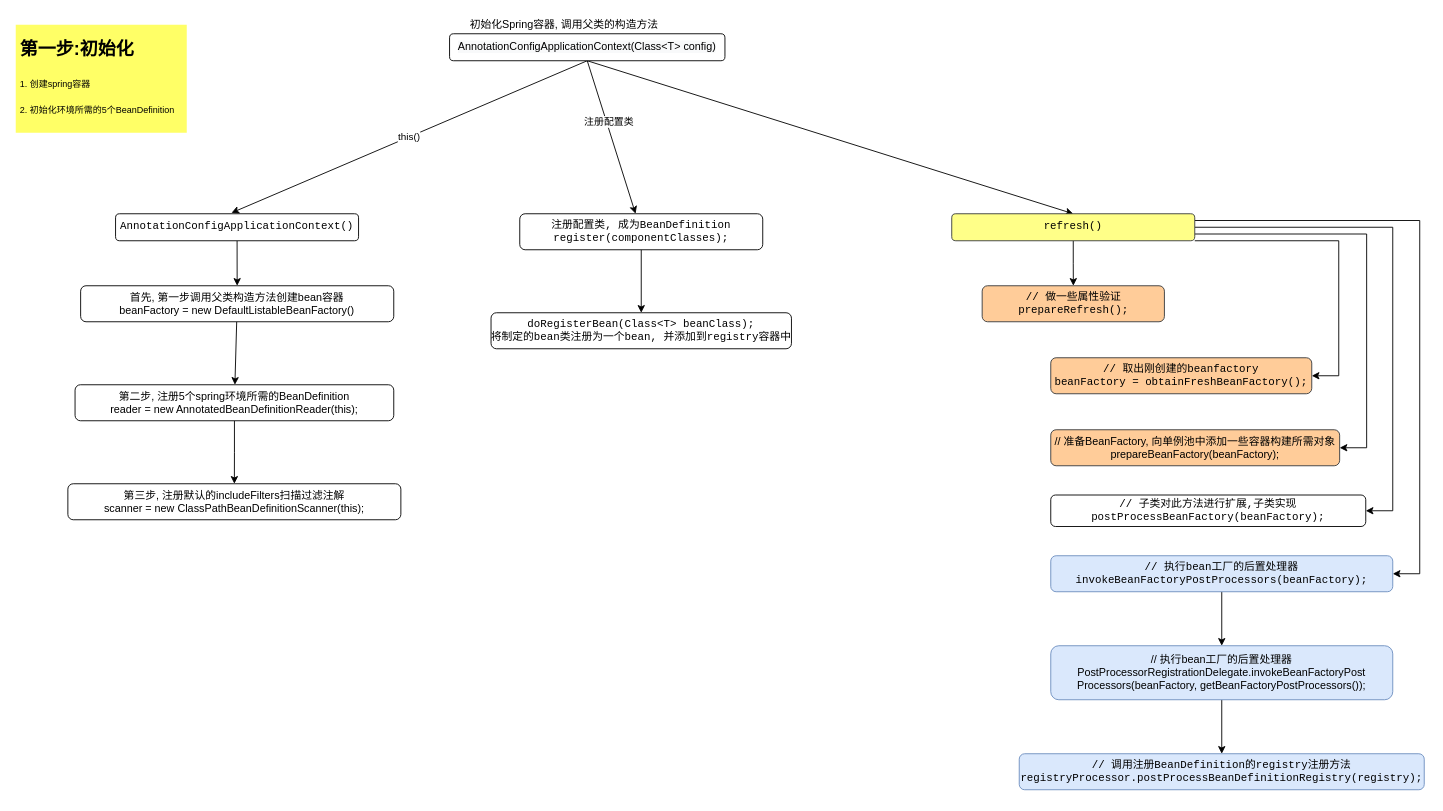
This is runninpanda/framework/spring/Spring.drawio from naccoit/drawio, a draw.io file, before an edit. Source tidied: cells renumbered, new cells numbered last; positions are measured from the earlier drawing's top-left corner, leaving out a move shared by most shapes. Both pictures are drawn from the tidied source at 90%, with x=0, y=0 at pixel (15, 15).
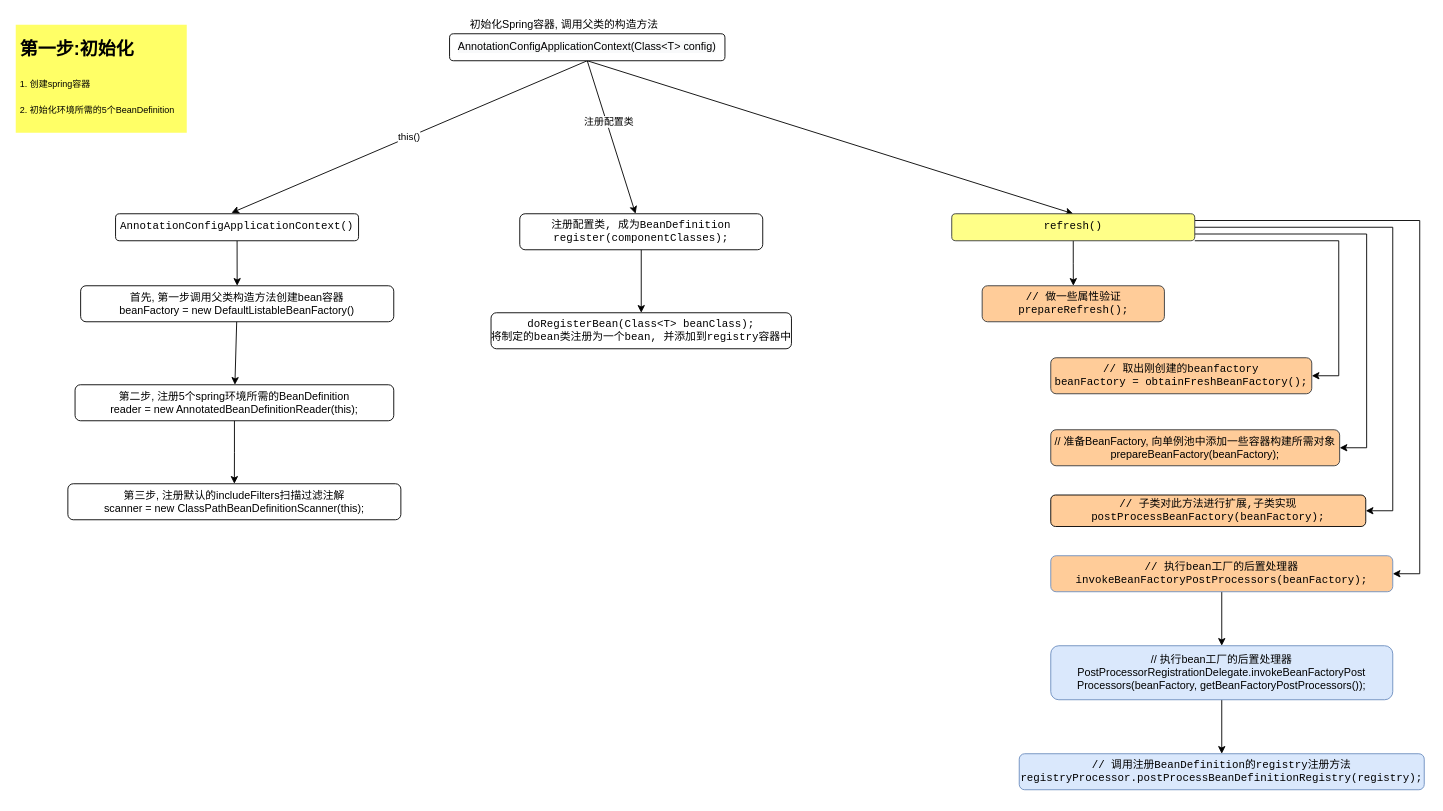
The same page after the edit.

The edit, as a diff of the source:
```diff
@@
-    <mxCell id="29" value="&lt;pre&gt;&lt;pre&gt;&lt;pre&gt;// 子类对此方法进行扩展,子类实现&lt;br&gt;postProcessBeanFactory(beanFactory);&lt;/pre&gt;&lt;/pre&gt;&lt;/pre&gt;" style="whiteSpace=wrap;html=1;rounded=1;gradientDirection=south;" parent="1" vertex="1">
+    <mxCell id="29" value="&lt;pre&gt;&lt;pre&gt;&lt;pre&gt;// 子类对此方法进行扩展,子类实现&lt;br&gt;postProcessBeanFactory(beanFactory);&lt;/pre&gt;&lt;/pre&gt;&lt;/pre&gt;" style="whiteSpace=wrap;html=1;rounded=1;gradientDirection=south;fillColor=#FFCC99;" parent="1" vertex="1">
       <mxGeometry x="1150" y="532.5" width="350" height="35" as="geometry" />
     </mxCell>
@@
-    <mxCell id="31" value="&lt;pre&gt;&lt;pre&gt;&lt;pre&gt;&lt;pre&gt;// 执行bean工厂的后置处理器&lt;br&gt;invokeBeanFactoryPostProcessors(beanFactory);&lt;/pre&gt;&lt;/pre&gt;&lt;/pre&gt;&lt;/pre&gt;" style="whiteSpace=wrap;html=1;rounded=1;fillColor=#dae8fc;gradientDirection=south;strokeColor=#6c8ebf;" parent="1" vertex="1">
+    <mxCell id="31" value="&lt;pre&gt;&lt;pre&gt;&lt;pre&gt;&lt;pre&gt;// 执行bean工厂的后置处理器&lt;br&gt;invokeBeanFactoryPostProcessors(beanFactory);&lt;/pre&gt;&lt;/pre&gt;&lt;/pre&gt;&lt;/pre&gt;" style="whiteSpace=wrap;html=1;rounded=1;fillColor=#FFCC99;gradientDirection=south;strokeColor=#6c8ebf;" parent="1" vertex="1">
       <mxGeometry x="1150" y="600" width="380" height="40" as="geometry" />
     </mxCell>
```
